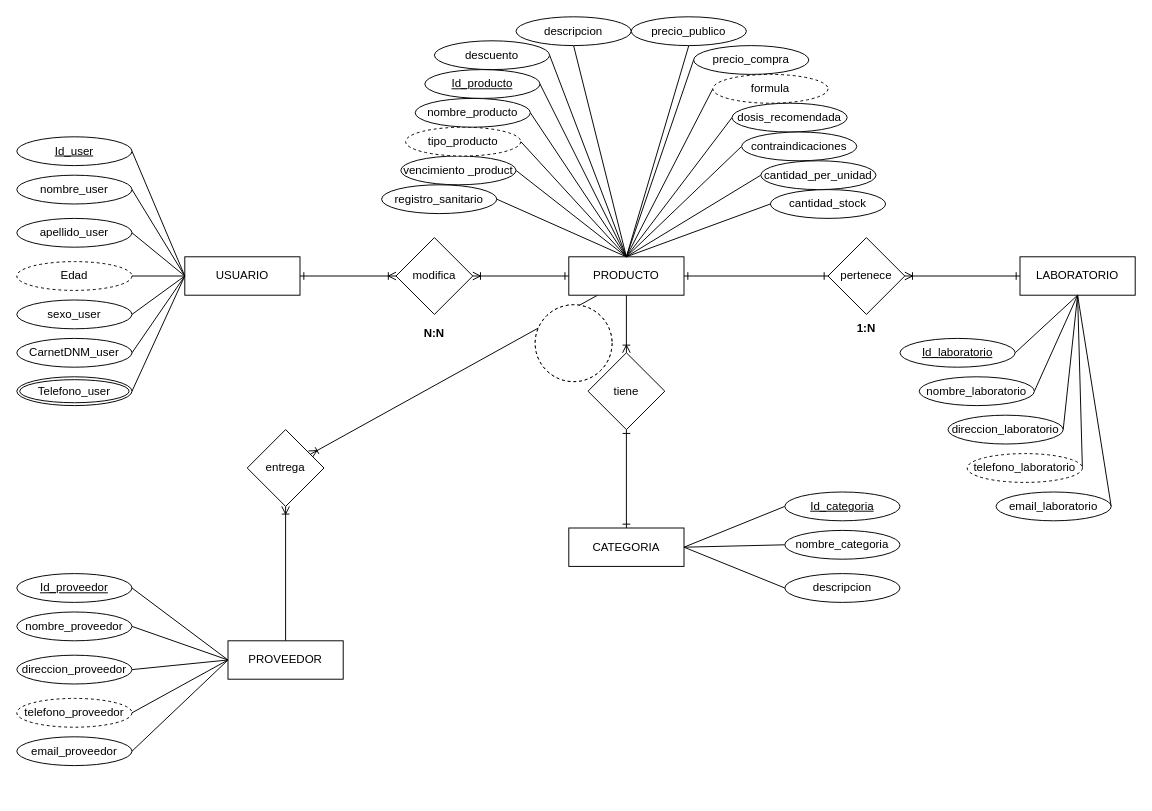
Earlier version of the draw.io diagram Primer Esquema..drawio (Javolee/Inventario). Source tidied: cells renumbered, new cells numbered last; positions are measured from the earlier drawing's top-left corner, leaving out a move shared by most shapes. Both pictures are drawn from the tidied source at 96%, with x=0, y=0 at pixel (16, 16).
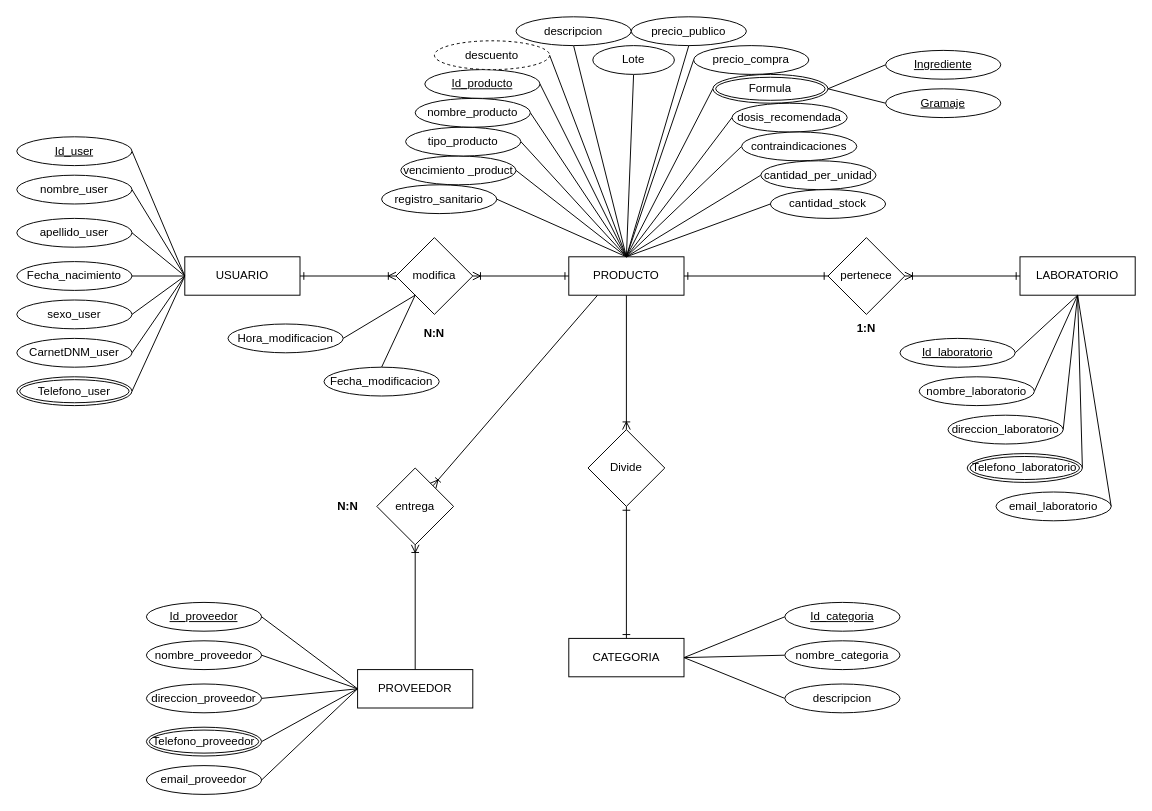
Above is the later version.

Unchanged cells that the change refers to:
```xml
<mxCell id="8" value="LABORATORIO" style="rounded=0;whiteSpace=wrap;html=1;" parent="1" vertex="1">
  <mxGeometry x="1045" y="250" width="120" height="40" as="geometry" />
</mxCell>
<mxCell id="13" value="PRODUCTO" style="rounded=0;whiteSpace=wrap;html=1;" parent="1" vertex="1">
  <mxGeometry x="575" y="250" width="120" height="40" as="geometry" />
</mxCell>
<mxCell id="14" value="modifica" style="rhombus;whiteSpace=wrap;html=1;" parent="1" vertex="1">
  <mxGeometry x="395" y="230" width="80" height="80" as="geometry" />
</mxCell>
```

Diff of the diagram source:
```diff
@@
     <mxCell id="6" value="PROVEEDOR" style="rounded=0;whiteSpace=wrap;html=1;" parent="1" vertex="1">
-      <mxGeometry x="220" y="650" width="120" height="40" as="geometry" />
+      <mxGeometry x="355" y="680" width="120" height="40" as="geometry" />
     </mxCell>
@@
+    <mxCell id="91" style="edgeStyle=none;rounded=0;jettySize=auto;html=1;exitX=0;exitY=1;exitDx=0;exitDy=0;entryX=0.5;entryY=0;entryDx=0;entryDy=0;endArrow=none;endFill=0;" parent="1" edge="1" source="14" target="95">
+      <mxGeometry relative="1" as="geometry" />
+    </mxCell>
@@
     <mxCell id="16" value="entrega" style="rhombus;whiteSpace=wrap;html=1;" parent="1" vertex="1">
-      <mxGeometry x="240" y="430" width="80" height="80" as="geometry" />
+      <mxGeometry x="375" y="470" width="80" height="80" as="geometry" />
     </mxCell>
@@
-    <mxCell id="22" value="Edad" style="ellipse;whiteSpace=wrap;html=1;perimeter=ellipsePerimeter;backgroundOutline=1;shadow=0;sketch=0;fillStyle=zigzag;dashed=1;" parent="1" vertex="1">
+    <mxCell id="22" value="Fecha_nacimiento" style="ellipse;whiteSpace=wrap;html=1;perimeter=ellipsePerimeter;backgroundOutline=1;shadow=0;sketch=0;fillStyle=zigzag;" parent="1" vertex="1">
       <mxGeometry y="255" width="120" height="30" as="geometry" />
     </mxCell>
@@
     <mxCell id="30" value="email_proveedor" style="ellipse;whiteSpace=wrap;html=1;" parent="1" vertex="1">
-      <mxGeometry y="750" width="120" height="30" as="geometry" />
+      <mxGeometry x="135" y="780" width="120" height="30" as="geometry" />
     </mxCell>
-    <mxCell id="31" style="edgeStyle=none;rounded=0;jettySize=auto;html=1;exitX=1;exitY=0.5;exitDx=0;exitDy=0;entryX=0;entryY=0.5;entryDx=0;entryDy=0;endArrow=none;endFill=0;" parent="1" edge="1" source="32" target="6">
+    <mxCell id="31" style="edgeStyle=none;rounded=0;jettySize=auto;html=1;exitX=1;exitY=0.5;exitDx=0;exitDy=0;entryX=0;entryY=0.5;entryDx=0;entryDy=0;endArrow=none;endFill=0;" parent="1" edge="1" source="93" target="6">
       <mxGeometry relative="1" as="geometry" />
     </mxCell>
-    <mxCell id="32" value="telefono_proveedor" style="ellipse;whiteSpace=wrap;html=1;dashed=1;" parent="1" vertex="1">
-      <mxGeometry y="710" width="120" height="30" as="geometry" />
-    </mxCell>
@@
     <mxCell id="34" value="direccion_proveedor" style="ellipse;whiteSpace=wrap;html=1;" parent="1" vertex="1">
-      <mxGeometry y="665" width="120" height="30" as="geometry" />
+      <mxGeometry x="135" y="695" width="120" height="30" as="geometry" />
     </mxCell>
@@
     <mxCell id="36" value="nombre_proveedor" style="ellipse;whiteSpace=wrap;html=1;" parent="1" vertex="1">
-      <mxGeometry y="620" width="120" height="30" as="geometry" />
+      <mxGeometry x="135" y="650" width="120" height="30" as="geometry" />
     </mxCell>
@@
     <mxCell id="38" value="Id_proveedor" style="ellipse;whiteSpace=wrap;html=1;fontStyle=4;" parent="1" vertex="1">
-      <mxGeometry y="580" width="120" height="30" as="geometry" />
+      <mxGeometry x="135" y="610" width="120" height="30" as="geometry" />
     </mxCell>
@@
-    <mxCell id="41" style="edgeStyle=none;rounded=0;jettySize=auto;html=1;exitX=1;exitY=0.5;exitDx=0;exitDy=0;entryX=0.5;entryY=1;entryDx=0;entryDy=0;endArrow=none;endFill=0;" parent="1" edge="1" source="42" target="8">
+    <mxCell id="41" style="edgeStyle=none;rounded=0;jettySize=auto;html=1;exitX=1;exitY=0.5;exitDx=0;exitDy=0;entryX=0.5;entryY=1;entryDx=0;entryDy=0;endArrow=none;endFill=0;" parent="1" edge="1" source="94" target="8">
       <mxGeometry relative="1" as="geometry" />
     </mxCell>
-    <mxCell id="42" value="telefono_laboratorio" style="ellipse;whiteSpace=wrap;html=1;dashed=1;" parent="1" vertex="1">
-      <mxGeometry x="990" y="455" width="120" height="30" as="geometry" />
-    </mxCell>
@@
-    <mxCell id="54" value="tipo_producto" style="ellipse;whiteSpace=wrap;html=1;dashed=1;" parent="1" vertex="1">
+    <mxCell id="54" value="tipo_producto" style="ellipse;whiteSpace=wrap;html=1;" parent="1" vertex="1">
       <mxGeometry x="405" y="115" width="120" height="30" as="geometry" />
     </mxCell>
@@
-    <mxCell id="59" style="edgeStyle=none;rounded=0;jettySize=auto;html=1;exitX=0;exitY=0.5;exitDx=0;exitDy=0;entryX=0.5;entryY=0;entryDx=0;entryDy=0;endArrow=none;endFill=0;" parent="1" edge="1" source="60" target="13">
+    <mxCell id="59" style="edgeStyle=none;rounded=0;jettySize=auto;html=1;exitX=0;exitY=0.5;exitDx=0;exitDy=0;entryX=0.5;entryY=0;entryDx=0;entryDy=0;endArrow=none;endFill=0;" parent="1" edge="1" source="98" target="13">
       <mxGeometry relative="1" as="geometry" />
     </mxCell>
-    <mxCell id="60" value="formula" style="ellipse;whiteSpace=wrap;html=1;dashed=1;" parent="1" vertex="1">
-      <mxGeometry x="725" y="60" width="120" height="30" as="geometry" />
-    </mxCell>
@@
-    <mxCell id="70" value="descuento" style="ellipse;whiteSpace=wrap;html=1;" parent="1" vertex="1">
+    <mxCell id="70" value="descuento" style="ellipse;whiteSpace=wrap;html=1;dashed=1;" parent="1" vertex="1">
       <mxGeometry x="435" y="25" width="120" height="30" as="geometry" />
     </mxCell>
@@
     <mxCell id="78" value="CATEGORIA" style="rounded=0;whiteSpace=wrap;html=1;" parent="1" vertex="1">
-      <mxGeometry x="575" y="532.5" width="120" height="40" as="geometry" />
+      <mxGeometry x="575" y="647.5" width="120" height="40" as="geometry" />
     </mxCell>
-    <mxCell id="79" value="tiene" style="rhombus;whiteSpace=wrap;html=1;" parent="1" vertex="1">
-      <mxGeometry x="595" y="350" width="80" height="80" as="geometry" />
+    <mxCell id="79" value="Divide" style="rhombus;whiteSpace=wrap;html=1;" parent="1" vertex="1">
+      <mxGeometry x="595" y="430" width="80" height="80" as="geometry" />
     </mxCell>
@@
     <mxCell id="81" value="descripcion" style="ellipse;whiteSpace=wrap;html=1;" parent="1" vertex="1">
-      <mxGeometry x="800" y="580" width="120" height="30" as="geometry" />
+      <mxGeometry x="800" y="695" width="120" height="30" as="geometry" />
     </mxCell>
@@
     <mxCell id="83" value="nombre_categoria" style="ellipse;whiteSpace=wrap;html=1;" parent="1" vertex="1">
-      <mxGeometry x="800" y="535" width="120" height="30" as="geometry" />
+      <mxGeometry x="800" y="650" width="120" height="30" as="geometry" />
     </mxCell>
@@
     <mxCell id="85" value="Id_categoria" style="ellipse;whiteSpace=wrap;html=1;fontStyle=4;" parent="1" vertex="1">
-      <mxGeometry x="800" y="495" width="120" height="30" as="geometry" />
+      <mxGeometry x="800" y="610" width="120" height="30" as="geometry" />
     </mxCell>
@@
-    <mxCell id="88" style="ellipse;whiteSpace=wrap;html=1;shadow=0;dashed=1;sketch=0;fillColor=#ffffff;gradientColor=none;" parent="1" vertex="1">
-      <mxGeometry x="540" y="300" width="80" height="80" as="geometry" />
-    </mxCell>
-    <mxCell id="89" style="ellipse;whiteSpace=wrap;html=1;shadow=0;dashed=1;sketch=0;fillColor=#ffffff;gradientColor=none;" parent="1" vertex="1">
-      <mxGeometry x="540" y="300" width="80" height="80" as="geometry" />
-    </mxCell>
@@
+    <mxCell id="92" value="&lt;b&gt;N:N&lt;/b&gt;" style="text;html=1;strokeColor=none;fillColor=none;align=center;verticalAlign=middle;whiteSpace=wrap;rounded=0;shadow=0;dashed=1;sketch=0;" parent="1" vertex="1">
+      <mxGeometry x="325" y="500" width="40" height="20" as="geometry" />
+    </mxCell>
+    <mxCell id="93" value="Telefono_proveedor" style="ellipse;shape=doubleEllipse;margin=3;whiteSpace=wrap;html=1;align=center;shadow=0;sketch=0;fillColor=#ffffff;gradientColor=none;" parent="1" vertex="1">
+      <mxGeometry x="135" y="740" width="120" height="30" as="geometry" />
+    </mxCell>
+    <mxCell id="94" value="Telefono_laboratorio" style="ellipse;shape=doubleEllipse;margin=3;whiteSpace=wrap;html=1;align=center;shadow=0;sketch=0;fillColor=#ffffff;gradientColor=none;" parent="1" vertex="1">
+      <mxGeometry x="990" y="455" width="120" height="30" as="geometry" />
+    </mxCell>
+    <mxCell id="95" value="Fecha_modificacion" style="ellipse;whiteSpace=wrap;html=1;" parent="1" vertex="1">
+      <mxGeometry x="320" y="365" width="120" height="30" as="geometry" />
+    </mxCell>
+    <mxCell id="96" style="edgeStyle=none;rounded=0;jettySize=auto;html=1;exitX=1;exitY=0.5;exitDx=0;exitDy=0;entryX=0;entryY=0.5;entryDx=0;entryDy=0;endArrow=none;endFill=0;" parent="1" edge="1" source="98" target="100">
+      <mxGeometry relative="1" as="geometry" />
+    </mxCell>
+    <mxCell id="97" style="edgeStyle=none;rounded=0;jettySize=auto;html=1;exitX=1;exitY=0.5;exitDx=0;exitDy=0;entryX=0;entryY=0.5;entryDx=0;entryDy=0;endArrow=none;endFill=0;" parent="1" edge="1" source="98" target="99">
+      <mxGeometry relative="1" as="geometry" />
+    </mxCell>
+    <mxCell id="98" value="Formula" style="ellipse;shape=doubleEllipse;margin=3;whiteSpace=wrap;html=1;align=center;shadow=0;sketch=0;fillColor=#ffffff;gradientColor=none;" parent="1" vertex="1">
+      <mxGeometry x="725" y="60" width="120" height="30" as="geometry" />
+    </mxCell>
+    <mxCell id="99" value="Gramaje" style="ellipse;whiteSpace=wrap;html=1;fontStyle=4;" parent="1" vertex="1">
+      <mxGeometry x="905" y="75" width="120" height="30" as="geometry" />
+    </mxCell>
+    <mxCell id="100" value="Ingrediente" style="ellipse;whiteSpace=wrap;html=1;fontStyle=4;" parent="1" vertex="1">
+      <mxGeometry x="905" y="35" width="120" height="30" as="geometry" />
+    </mxCell>
+    <mxCell id="101" style="edgeStyle=none;rounded=0;jettySize=auto;html=1;exitX=1;exitY=0.5;exitDx=0;exitDy=0;entryX=0;entryY=1;entryDx=0;entryDy=0;endArrow=none;endFill=0;" parent="1" edge="1" source="102" target="14">
+      <mxGeometry relative="1" as="geometry" />
+    </mxCell>
+    <mxCell id="102" value="Hora_modificacion" style="ellipse;whiteSpace=wrap;html=1;" parent="1" vertex="1">
+      <mxGeometry x="220" y="320" width="120" height="30" as="geometry" />
+    </mxCell>
+    <mxCell id="103" style="edgeStyle=none;rounded=0;jettySize=auto;html=1;exitX=0.5;exitY=1;exitDx=0;exitDy=0;entryX=0.5;entryY=0;entryDx=0;entryDy=0;endArrow=none;endFill=0;" parent="1" edge="1" source="104" target="13">
+      <mxGeometry relative="1" as="geometry" />
+    </mxCell>
+    <mxCell id="104" value="Lote" style="ellipse;whiteSpace=wrap;html=1;" parent="1" vertex="1">
+      <mxGeometry x="600" y="30" width="85" height="30" as="geometry" />
+    </mxCell>
```
